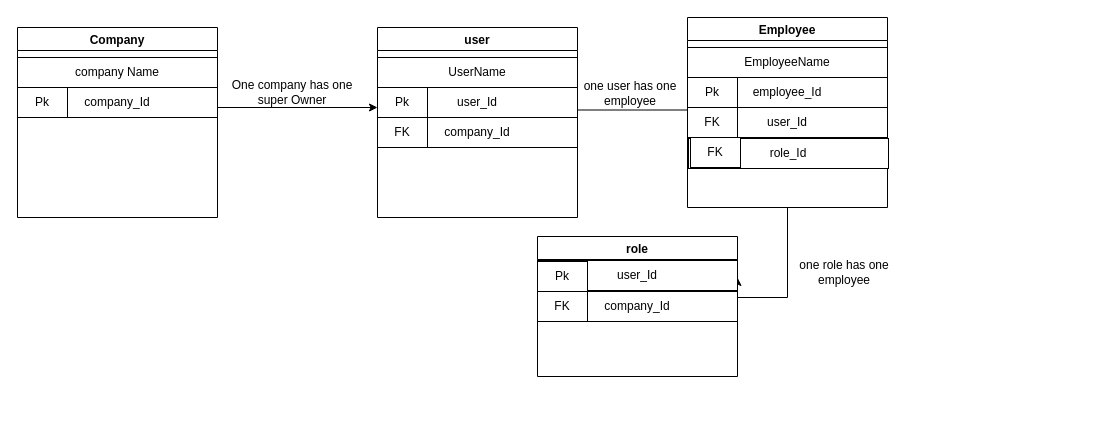
Earlier version of the draw.io diagram Untitled Diagram.drawio (Ibrar-techvention/nextJs_LandingPAge). Source tidied: cells renumbered, new cells numbered last; positions are measured from the earlier drawing's top-left corner, leaving out a move shared by most shapes. Both pictures are drawn from the tidied source at 100%, with x=0, y=0 at pixel (17, 17).
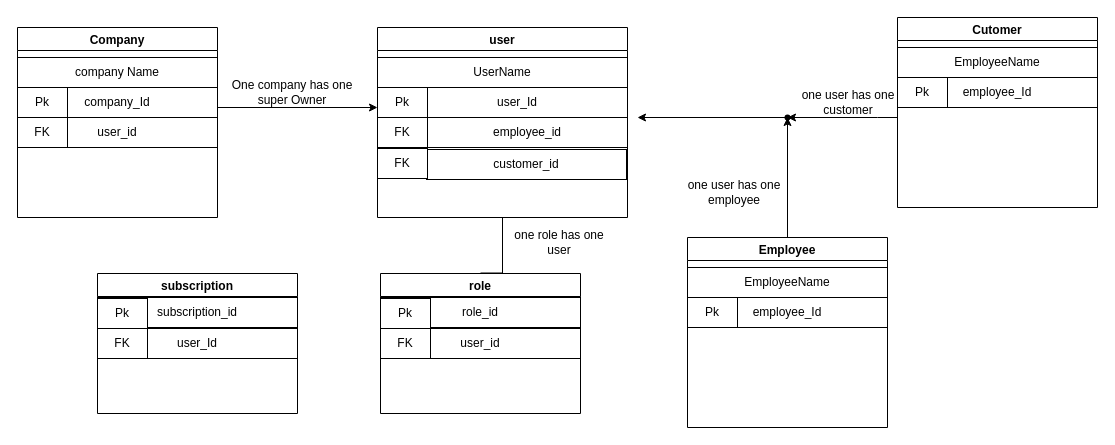
The same page after the edit.

Commit message:
marktronic-erd

Unchanged cells that the change refers to:
```xml
<mxCell id="2" value="Company" style="swimlane;" parent="1" vertex="1">
  <mxGeometry y="10" width="200" height="190" as="geometry" />
</mxCell>
```

The edit, as a diff of the source:
```diff
@@
+    <mxCell id="9" value="user_id" style="rounded=0;whiteSpace=wrap;html=1;" parent="2" vertex="1">
+      <mxGeometry y="90" width="200" height="30" as="geometry" />
+    </mxCell>
+    <mxCell id="11" value="FK" style="rounded=0;whiteSpace=wrap;html=1;" parent="2" vertex="1">
+      <mxGeometry y="90" width="50" height="30" as="geometry" />
+    </mxCell>
+    <mxCell id="31" style="edgeStyle=orthogonalEdgeStyle;rounded=0;jettySize=auto;html=1;" parent="1" edge="1" source="6" target="27">
+      <mxGeometry relative="1" as="geometry" />
+    </mxCell>
     <mxCell id="6" value="user" style="swimlane;" parent="1" vertex="1">
-      <mxGeometry x="360" y="10" width="200" height="190" as="geometry" />
+      <mxGeometry x="360" y="10" width="250" height="190" as="geometry" />
     </mxCell>
     <mxCell id="7" value="UserName" style="rounded=0;whiteSpace=wrap;html=1;" parent="6" vertex="1">
-      <mxGeometry y="30" width="200" height="30" as="geometry" />
+      <mxGeometry y="30" width="250" height="30" as="geometry" />
     </mxCell>
-    <mxCell id="8" value="user_Id" style="rounded=0;whiteSpace=wrap;html=1;" parent="6" vertex="1">
-      <mxGeometry y="60" width="200" height="30" as="geometry" />
+    <mxCell id="8" value="&amp;nbsp; &amp;nbsp; &amp;nbsp; &amp;nbsp; &amp;nbsp;user_Id" style="rounded=0;whiteSpace=wrap;html=1;" parent="6" vertex="1">
+      <mxGeometry y="60" width="250" height="30" as="geometry" />
     </mxCell>
-    <mxCell id="9" value="company_Id" style="rounded=0;whiteSpace=wrap;html=1;" parent="6" vertex="1">
-      <mxGeometry y="90" width="200" height="30" as="geometry" />
-    </mxCell>
@@
-    <mxCell id="11" value="FK" style="rounded=0;whiteSpace=wrap;html=1;" parent="6" vertex="1">
-      <mxGeometry y="90" width="50" height="30" as="geometry" />
-    </mxCell>
+    <mxCell id="21" value="FK" style="rounded=0;whiteSpace=wrap;html=1;" parent="6" vertex="1">
+      <mxGeometry y="90" width="50" height="30" as="geometry" />
+    </mxCell>
+    <mxCell id="19" value="employee_id" style="rounded=0;whiteSpace=wrap;html=1;" parent="6" vertex="1">
+      <mxGeometry x="50" y="90" width="200" height="30" as="geometry" />
+    </mxCell>
+    <mxCell id="32" value="customer_id" style="rounded=0;whiteSpace=wrap;html=1;" parent="6" vertex="1">
+      <mxGeometry x="49" y="122" width="200" height="30" as="geometry" />
+    </mxCell>
+    <mxCell id="33" value="FK" style="rounded=0;whiteSpace=wrap;html=1;" parent="6" vertex="1">
+      <mxGeometry y="121" width="50" height="30" as="geometry" />
+    </mxCell>
@@
-    <mxCell id="14" style="edgeStyle=orthogonalEdgeStyle;rounded=0;jettySize=auto;html=1;exitX=1;exitY=0.75;exitDx=0;exitDy=0;" parent="1" edge="1" source="8">
-      <mxGeometry relative="1" as="geometry">
-        <mxPoint x="690" y="90" as="targetPoint" />
-        <Array as="points">
-          <mxPoint x="690" y="93" />
-        </Array>
-      </mxGeometry>
-    </mxCell>
-    <mxCell id="15" style="edgeStyle=orthogonalEdgeStyle;rounded=0;jettySize=auto;html=1;" parent="1" edge="1" source="16">
-      <mxGeometry relative="1" as="geometry">
-        <mxPoint x="720" y="260" as="targetPoint" />
-        <Array as="points">
-          <mxPoint x="770" y="280" />
-          <mxPoint x="720" y="280" />
-        </Array>
-      </mxGeometry>
-    </mxCell>
+    <mxCell id="34" style="edgeStyle=orthogonalEdgeStyle;rounded=0;jettySize=auto;html=1;" parent="1" edge="1" source="16" target="41">
+      <mxGeometry relative="1" as="geometry" />
+    </mxCell>
     <mxCell id="16" value="Employee" style="swimlane;" parent="1" vertex="1">
-      <mxGeometry x="670" width="200" height="190" as="geometry" />
+      <mxGeometry x="670" y="220" width="200" height="190" as="geometry" />
     </mxCell>
@@
-    <mxCell id="19" value="user_Id" style="rounded=0;whiteSpace=wrap;html=1;" parent="16" vertex="1">
-      <mxGeometry y="90" width="200" height="30" as="geometry" />
-    </mxCell>
@@
-    <mxCell id="21" value="FK" style="rounded=0;whiteSpace=wrap;html=1;" parent="16" vertex="1">
-      <mxGeometry y="90" width="50" height="30" as="geometry" />
-    </mxCell>
-    <mxCell id="22" value="role_Id" style="rounded=0;whiteSpace=wrap;html=1;" parent="16" vertex="1">
-      <mxGeometry x="1" y="121" width="200" height="30" as="geometry" />
-    </mxCell>
-    <mxCell id="23" value="FK" style="rounded=0;whiteSpace=wrap;html=1;" parent="16" vertex="1">
-      <mxGeometry x="3" y="120" width="50" height="30" as="geometry" />
-    </mxCell>
     <mxCell id="24" value="one user has one employee" style="text;html=1;strokeColor=none;fillColor=none;align=center;verticalAlign=middle;whiteSpace=wrap;rounded=0;" parent="1" vertex="1">
-      <mxGeometry x="556" y="61" width="114" height="30" as="geometry" />
+      <mxGeometry x="660" y="160" width="114" height="30" as="geometry" />
     </mxCell>
     <mxCell id="25" value="role" style="swimlane;" parent="1" vertex="1">
-      <mxGeometry x="520" y="219" width="200" height="140" as="geometry" />
+      <mxGeometry x="363" y="256" width="200" height="140" as="geometry" />
     </mxCell>
-    <mxCell id="26" value="user_Id" style="rounded=0;whiteSpace=wrap;html=1;" parent="25" vertex="1">
+    <mxCell id="26" value="role_id" style="rounded=0;whiteSpace=wrap;html=1;" parent="25" vertex="1">
       <mxGeometry y="24" width="200" height="30" as="geometry" />
     </mxCell>
-    <mxCell id="27" value="company_Id" style="rounded=0;whiteSpace=wrap;html=1;" parent="25" vertex="1">
+    <mxCell id="27" value="user_id" style="rounded=0;whiteSpace=wrap;html=1;" parent="25" vertex="1">
       <mxGeometry y="55" width="200" height="30" as="geometry" />
     </mxCell>
@@
-    <mxCell id="30" value="one role has one employee" style="text;html=1;strokeColor=none;fillColor=none;align=center;verticalAlign=middle;whiteSpace=wrap;rounded=0;" parent="1" vertex="1">
-      <mxGeometry x="770" y="240" width="114" height="30" as="geometry" />
+    <mxCell id="30" value="one role has one user" style="text;html=1;strokeColor=none;fillColor=none;align=center;verticalAlign=middle;whiteSpace=wrap;rounded=0;" parent="1" vertex="1">
+      <mxGeometry x="485" y="210" width="114" height="30" as="geometry" />
     </mxCell>
+    <mxCell id="35" value="subscription" style="swimlane;" parent="1" vertex="1">
+      <mxGeometry x="80" y="256" width="200" height="140" as="geometry" />
+    </mxCell>
+    <mxCell id="36" value="subscription_id" style="rounded=0;whiteSpace=wrap;html=1;" parent="35" vertex="1">
+      <mxGeometry y="24" width="200" height="30" as="geometry" />
+    </mxCell>
+    <mxCell id="37" value="user_Id" style="rounded=0;whiteSpace=wrap;html=1;" parent="35" vertex="1">
+      <mxGeometry y="55" width="200" height="30" as="geometry" />
+    </mxCell>
+    <mxCell id="38" value="Pk" style="rounded=0;whiteSpace=wrap;html=1;" parent="35" vertex="1">
+      <mxGeometry y="25" width="50" height="30" as="geometry" />
+    </mxCell>
+    <mxCell id="39" value="FK" style="rounded=0;whiteSpace=wrap;html=1;" parent="35" vertex="1">
+      <mxGeometry y="55" width="50" height="30" as="geometry" />
+    </mxCell>
+    <mxCell id="40" style="edgeStyle=orthogonalEdgeStyle;rounded=0;jettySize=auto;html=1;" parent="1" edge="1" source="41">
+      <mxGeometry relative="1" as="geometry">
+        <mxPoint x="620" y="100" as="targetPoint" />
+      </mxGeometry>
+    </mxCell>
+    <mxCell id="41" style="shape=waypoint;sketch=0;size=6;points=[];fillColor=default;perimeter=centerPerimeter;snapToPoint=1;fontStyle=1;startSize=23;" parent="1" vertex="1">
+      <mxGeometry x="750" y="80" width="40" height="40" as="geometry" />
+    </mxCell>
+    <mxCell id="42" style="edgeStyle=orthogonalEdgeStyle;rounded=0;jettySize=auto;html=1;" parent="1" edge="1" source="43" target="41">
+      <mxGeometry relative="1" as="geometry">
+        <Array as="points">
+          <mxPoint x="860" y="100" />
+          <mxPoint x="860" y="100" />
+        </Array>
+      </mxGeometry>
+    </mxCell>
+    <mxCell id="43" value="Cutomer" style="swimlane;" parent="1" vertex="1">
+      <mxGeometry x="880" width="200" height="190" as="geometry" />
+    </mxCell>
+    <mxCell id="44" value="EmployeeName" style="rounded=0;whiteSpace=wrap;html=1;" parent="43" vertex="1">
+      <mxGeometry y="30" width="200" height="30" as="geometry" />
+    </mxCell>
+    <mxCell id="45" value="employee_Id" style="rounded=0;whiteSpace=wrap;html=1;" parent="43" vertex="1">
+      <mxGeometry y="60" width="200" height="30" as="geometry" />
+    </mxCell>
+    <mxCell id="46" value="Pk" style="rounded=0;whiteSpace=wrap;html=1;" parent="43" vertex="1">
+      <mxGeometry y="60" width="50" height="30" as="geometry" />
+    </mxCell>
+    <mxCell id="47" value="one user has one customer" style="text;html=1;strokeColor=none;fillColor=none;align=center;verticalAlign=middle;whiteSpace=wrap;rounded=0;" parent="1" vertex="1">
+      <mxGeometry x="774" y="70" width="114" height="30" as="geometry" />
+    </mxCell>
```
